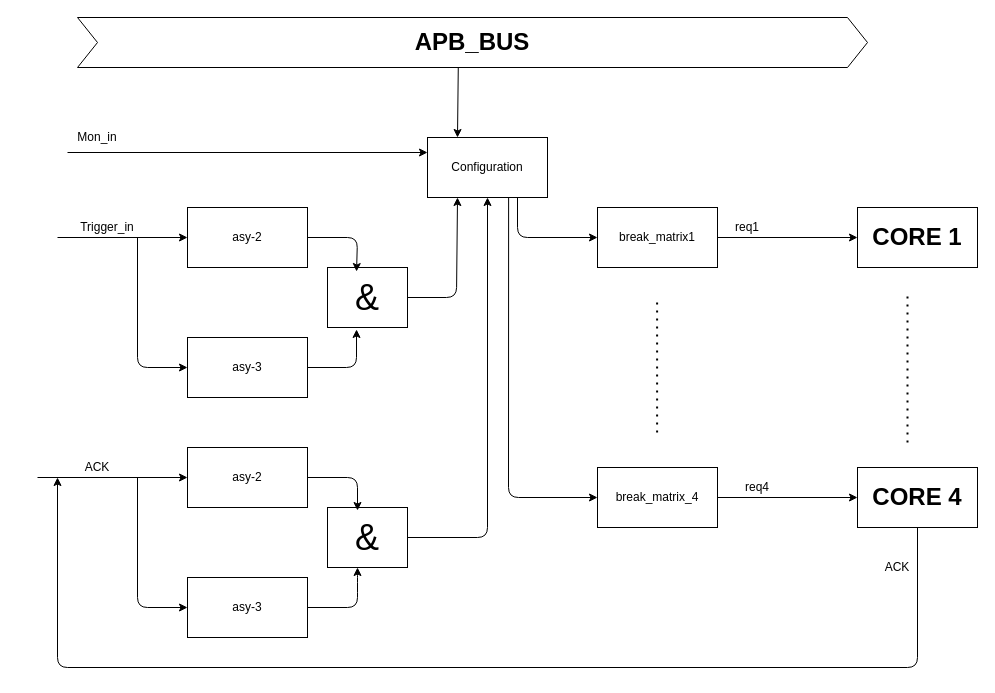
This is Untitled Diagram.drawio from ASIC-Design/test, a draw.io file, before an edit. Source tidied: cells renumbered, new cells numbered last; positions are measured from the earlier drawing's top-left corner, leaving out a move shared by most shapes. Both pictures are drawn from the tidied source at 100%, with x=0, y=0 at pixel (37, 17).
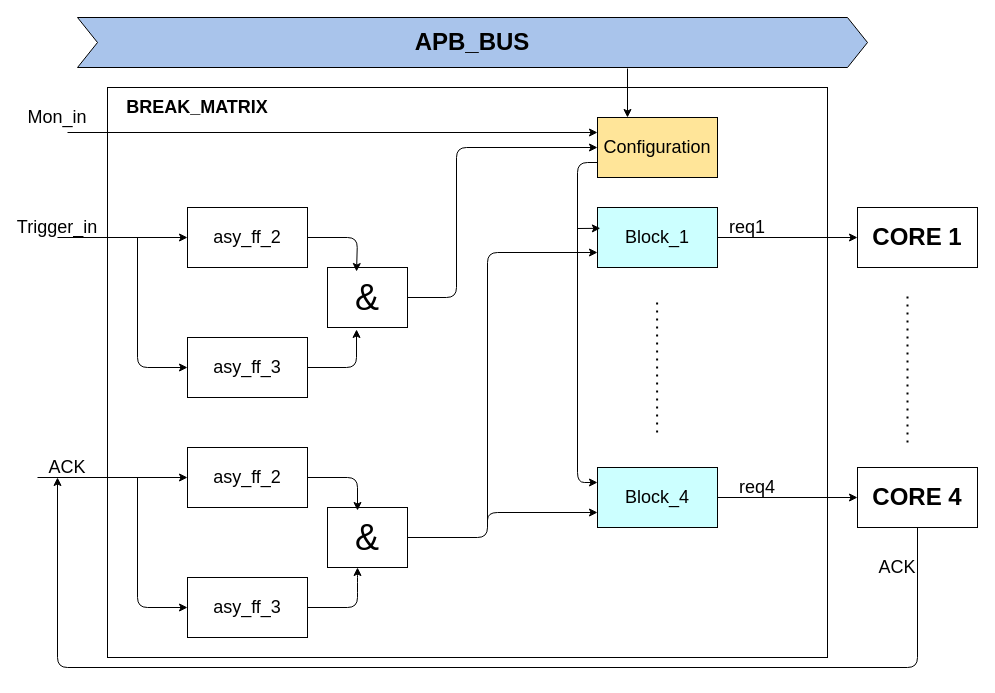
Above is the later version.

The change refers to these unchanged cells:
```xml
<mxCell id="4" value="&lt;font style=&quot;font-size: 36px&quot;&gt;&amp;amp;&lt;/font&gt;" style="rounded=0;whiteSpace=wrap;html=1;" parent="1" vertex="1">
  <mxGeometry x="290" y="250" width="80" height="60" as="geometry" />
</mxCell>
<mxCell id="9" value="&lt;font style=&quot;font-size: 36px&quot;&gt;&amp;amp;&lt;/font&gt;" style="rounded=0;whiteSpace=wrap;html=1;" parent="1" vertex="1">
  <mxGeometry x="290" y="490" width="80" height="60" as="geometry" />
</mxCell>
```

Change to the diagram source:
```diff
@@
+    <mxCell id="39" value="&amp;nbsp;" style="html=1;" parent="1" vertex="1">
+      <mxGeometry x="70" y="70" width="720" height="570" as="geometry" />
+    </mxCell>
-    <mxCell id="2" value="asy-2" style="rounded=0;whiteSpace=wrap;html=1;" parent="1" vertex="1">
+    <mxCell id="2" value="&lt;font style=&quot;font-size: 18px&quot;&gt;asy_ff_2&lt;/font&gt;" style="rounded=0;whiteSpace=wrap;html=1;" parent="1" vertex="1">
       <mxGeometry x="150" y="190" width="120" height="60" as="geometry" />
     </mxCell>
-    <mxCell id="3" value="asy-3" style="rounded=0;whiteSpace=wrap;html=1;" parent="1" vertex="1">
+    <mxCell id="3" value="&lt;font style=&quot;font-size: 18px&quot;&gt;asy_ff_3&lt;/font&gt;" style="rounded=0;whiteSpace=wrap;html=1;" parent="1" vertex="1">
       <mxGeometry x="150" y="320" width="120" height="60" as="geometry" />
     </mxCell>
@@
-    <mxCell id="7" value="asy-2" style="rounded=0;whiteSpace=wrap;html=1;" parent="1" vertex="1">
+    <mxCell id="7" value="&lt;font style=&quot;font-size: 18px&quot;&gt;asy_ff_2&lt;/font&gt;" style="rounded=0;whiteSpace=wrap;html=1;" parent="1" vertex="1">
       <mxGeometry x="150" y="430" width="120" height="60" as="geometry" />
     </mxCell>
-    <mxCell id="8" value="asy-3" style="rounded=0;whiteSpace=wrap;html=1;" parent="1" vertex="1">
+    <mxCell id="8" value="&lt;font style=&quot;font-size: 18px&quot;&gt;asy_ff_3&lt;/font&gt;" style="rounded=0;whiteSpace=wrap;html=1;" parent="1" vertex="1">
       <mxGeometry x="150" y="560" width="120" height="60" as="geometry" />
     </mxCell>
@@
-    <mxCell id="12" value="break_matrix1" style="rounded=0;whiteSpace=wrap;html=1;" parent="1" vertex="1">
+    <mxCell id="12" value="&lt;font style=&quot;font-size: 18px&quot;&gt;Block_1&lt;/font&gt;" style="rounded=0;whiteSpace=wrap;html=1;fillColor=#CCFFFF;" parent="1" vertex="1">
       <mxGeometry x="560" y="190" width="120" height="60" as="geometry" />
     </mxCell>
@@
-    <mxCell id="14" value="req1" style="text;html=1;strokeColor=none;fillColor=none;align=center;verticalAlign=middle;whiteSpace=wrap;rounded=0;" parent="1" vertex="1">
+    <mxCell id="14" value="&lt;font style=&quot;font-size: 18px&quot;&gt;req1&lt;/font&gt;" style="text;html=1;strokeColor=none;fillColor=none;align=center;verticalAlign=middle;whiteSpace=wrap;rounded=0;" parent="1" vertex="1">
       <mxGeometry x="690" y="200" width="40" height="20" as="geometry" />
     </mxCell>
@@
-    <mxCell id="20" value="break_matrix_4" style="rounded=0;whiteSpace=wrap;html=1;" parent="1" vertex="1">
+    <mxCell id="20" value="&lt;font style=&quot;font-size: 18px&quot;&gt;Block_4&lt;/font&gt;" style="rounded=0;whiteSpace=wrap;html=1;fillColor=#CCFFFF;" parent="1" vertex="1">
       <mxGeometry x="560" y="450" width="120" height="60" as="geometry" />
     </mxCell>
@@
-    <mxCell id="22" value="req4" style="text;html=1;strokeColor=none;fillColor=none;align=center;verticalAlign=middle;whiteSpace=wrap;rounded=0;" parent="1" vertex="1">
+    <mxCell id="22" value="&lt;font style=&quot;font-size: 18px&quot;&gt;req4&lt;/font&gt;" style="text;html=1;strokeColor=none;fillColor=none;align=center;verticalAlign=middle;whiteSpace=wrap;rounded=0;" parent="1" vertex="1">
       <mxGeometry x="700" y="460" width="40" height="20" as="geometry" />
     </mxCell>
-    <mxCell id="23" value="Trigger_in" style="text;html=1;strokeColor=none;fillColor=none;align=center;verticalAlign=middle;whiteSpace=wrap;rounded=0;" parent="1" vertex="1">
-      <mxGeometry x="50" y="200" width="40" height="20" as="geometry" />
+    <mxCell id="23" value="&lt;font style=&quot;font-size: 18px&quot;&gt;Trigger_in&lt;/font&gt;" style="text;html=1;strokeColor=none;fillColor=none;align=center;verticalAlign=middle;whiteSpace=wrap;rounded=0;" parent="1" vertex="1">
+      <mxGeometry y="200" width="40" height="20" as="geometry" />
     </mxCell>
-    <mxCell id="24" value="ACK" style="text;html=1;strokeColor=none;fillColor=none;align=center;verticalAlign=middle;whiteSpace=wrap;rounded=0;" parent="1" vertex="1">
-      <mxGeometry x="40" y="440" width="40" height="20" as="geometry" />
+    <mxCell id="24" value="&lt;font style=&quot;font-size: 18px&quot;&gt;ACK&lt;/font&gt;" style="text;html=1;strokeColor=none;fillColor=none;align=center;verticalAlign=middle;whiteSpace=wrap;rounded=0;" parent="1" vertex="1">
+      <mxGeometry x="10" y="440" width="40" height="20" as="geometry" />
     </mxCell>
@@
-    <mxCell id="28" value="Configuration" style="rounded=0;whiteSpace=wrap;html=1;" parent="1" vertex="1">
-      <mxGeometry x="390" y="120" width="120" height="60" as="geometry" />
+    <mxCell id="28" value="&lt;font style=&quot;font-size: 18px&quot;&gt;Configuration&lt;/font&gt;" style="rounded=0;whiteSpace=wrap;html=1;fillColor=#FFE599;" parent="1" vertex="1">
+      <mxGeometry x="560" y="100" width="120" height="60" as="geometry" />
     </mxCell>
-    <mxCell id="29" style="endArrow=classic;html=1;exitX=1;exitY=0.5;exitDx=0;exitDy=0;entryX=0.25;entryY=1;entryDx=0;entryDy=0;" parent="1" edge="1" source="4" target="28">
+    <mxCell id="29" style="endArrow=classic;html=1;exitX=1;exitY=0.5;exitDx=0;exitDy=0;entryX=0;entryY=0.5;entryDx=0;entryDy=0;" parent="1" edge="1" source="4" target="28">
       <mxGeometry relative="1" as="geometry">
         <Array as="points">
           <mxPoint x="419" y="280" />
+          <mxPoint x="419" y="130" />
         </Array>
       </mxGeometry>
     </mxCell>
-    <mxCell id="30" style="endArrow=classic;html=1;exitX=1;exitY=0.5;exitDx=0;exitDy=0;entryX=0.5;entryY=1;entryDx=0;entryDy=0;" parent="1" edge="1" source="9" target="28">
-      <mxGeometry relative="1" as="geometry">
-        <Array as="points">
-          <mxPoint x="450" y="520" />
-        </Array>
-      </mxGeometry>
-    </mxCell>
     <mxCell id="31" style="endArrow=classic;html=1;entryX=0;entryY=0.25;entryDx=0;entryDy=0;" parent="1" edge="1" target="28">
       <mxGeometry relative="1" as="geometry">
-        <mxPoint x="30" y="135" as="sourcePoint" />
+        <mxPoint x="30" y="115" as="sourcePoint" />
       </mxGeometry>
     </mxCell>
-    <mxCell id="32" value="Mon_in" style="text;html=1;strokeColor=none;fillColor=none;align=center;verticalAlign=middle;whiteSpace=wrap;rounded=0;" parent="1" vertex="1">
-      <mxGeometry x="40" y="110" width="40" height="20" as="geometry" />
+    <mxCell id="32" value="&lt;font style=&quot;font-size: 18px&quot;&gt;Mon_in&lt;/font&gt;" style="text;html=1;strokeColor=none;fillColor=none;align=center;verticalAlign=middle;whiteSpace=wrap;rounded=0;" parent="1" vertex="1">
+      <mxGeometry y="90" width="40" height="20" as="geometry" />
     </mxCell>
-    <mxCell id="33" style="endArrow=classic;html=1;exitX=0.75;exitY=1;exitDx=0;exitDy=0;entryX=0;entryY=0.5;entryDx=0;entryDy=0;" parent="1" edge="1" source="28" target="12">
-      <mxGeometry relative="1" as="geometry">
-        <Array as="points">
-          <mxPoint x="480" y="220" />
-        </Array>
-      </mxGeometry>
-    </mxCell>
-    <mxCell id="34" style="endArrow=classic;html=1;exitX=0.676;exitY=0.992;exitDx=0;exitDy=0;exitPerimeter=0;entryX=0;entryY=0.5;entryDx=0;entryDy=0;" parent="1" edge="1" source="28" target="20">
-      <mxGeometry relative="1" as="geometry">
-        <Array as="points">
-          <mxPoint x="471" y="480" />
-        </Array>
-      </mxGeometry>
-    </mxCell>
@@
-    <mxCell id="36" value="ACK" style="text;html=1;strokeColor=none;fillColor=none;align=center;verticalAlign=middle;whiteSpace=wrap;rounded=0;" parent="1" vertex="1">
+    <mxCell id="36" value="&lt;font style=&quot;font-size: 18px&quot;&gt;ACK&lt;/font&gt;" style="text;html=1;strokeColor=none;fillColor=none;align=center;verticalAlign=middle;whiteSpace=wrap;rounded=0;" parent="1" vertex="1">
       <mxGeometry x="840" y="540" width="40" height="20" as="geometry" />
     </mxCell>
-    <mxCell id="37" value="&lt;font style=&quot;font-size: 24px&quot;&gt;&lt;b&gt;APB_BUS&lt;/b&gt;&lt;/font&gt;" style="shape=step;perimeter=stepPerimeter;whiteSpace=wrap;html=1;fixedSize=1;" parent="1" vertex="1">
+    <mxCell id="37" value="&lt;font style=&quot;font-size: 24px&quot;&gt;&lt;b&gt;APB_BUS&lt;/b&gt;&lt;/font&gt;" style="shape=step;perimeter=stepPerimeter;whiteSpace=wrap;html=1;fixedSize=1;fillColor=#A9C4EB;" parent="1" vertex="1">
       <mxGeometry x="40" width="790" height="50" as="geometry" />
     </mxCell>
-    <mxCell id="38" style="endArrow=classic;html=1;entryX=0.25;entryY=0;entryDx=0;entryDy=0;exitX=0.482;exitY=1.007;exitDx=0;exitDy=0;exitPerimeter=0;" parent="1" edge="1" source="37" target="28">
-      <mxGeometry relative="1" as="geometry" />
+    <mxCell id="38" style="endArrow=classic;html=1;entryX=0.25;entryY=0;entryDx=0;entryDy=0;" parent="1" edge="1" target="28">
+      <mxGeometry relative="1" as="geometry">
+        <mxPoint x="590" y="51" as="sourcePoint" />
+      </mxGeometry>
     </mxCell>
+    <mxCell id="34" style="endArrow=classic;html=1;exitX=0;exitY=0.75;exitDx=0;exitDy=0;entryX=0;entryY=0.25;entryDx=0;entryDy=0;" parent="1" edge="1" source="28" target="20">
+      <mxGeometry relative="1" as="geometry">
+        <Array as="points">
+          <mxPoint x="540" y="145" />
+          <mxPoint x="540" y="465" />
+        </Array>
+      </mxGeometry>
+    </mxCell>
+    <mxCell id="40" style="endArrow=classic;html=1;entryX=0;entryY=0.75;entryDx=0;entryDy=0;" parent="1" edge="1" target="20">
+      <mxGeometry relative="1" as="geometry">
+        <mxPoint x="370" y="520" as="sourcePoint" />
+        <Array as="points">
+          <mxPoint x="450" y="520" />
+          <mxPoint x="450" y="495" />
+        </Array>
+      </mxGeometry>
+    </mxCell>
+    <mxCell id="41" style="endArrow=classic;html=1;entryX=0;entryY=0.75;entryDx=0;entryDy=0;" parent="1" edge="1" target="12">
+      <mxGeometry relative="1" as="geometry">
+        <mxPoint x="450" y="510" as="sourcePoint" />
+        <Array as="points">
+          <mxPoint x="450" y="235" />
+        </Array>
+      </mxGeometry>
+    </mxCell>
+    <mxCell id="42" style="endArrow=classic;html=1;entryX=0.024;entryY=0.347;entryDx=0;entryDy=0;entryPerimeter=0;" parent="1" edge="1" target="12">
+      <mxGeometry relative="1" as="geometry">
+        <mxPoint x="540" y="211" as="sourcePoint" />
+      </mxGeometry>
+    </mxCell>
+    <mxCell id="43" value="&lt;b&gt;&lt;font style=&quot;font-size: 18px&quot;&gt;BREAK_MATRIX&lt;/font&gt;&lt;/b&gt;" style="text;html=1;strokeColor=none;fillColor=none;align=center;verticalAlign=middle;whiteSpace=wrap;rounded=0;" parent="1" vertex="1">
+      <mxGeometry x="140" y="80" width="40" height="20" as="geometry" />
+    </mxCell>
```
